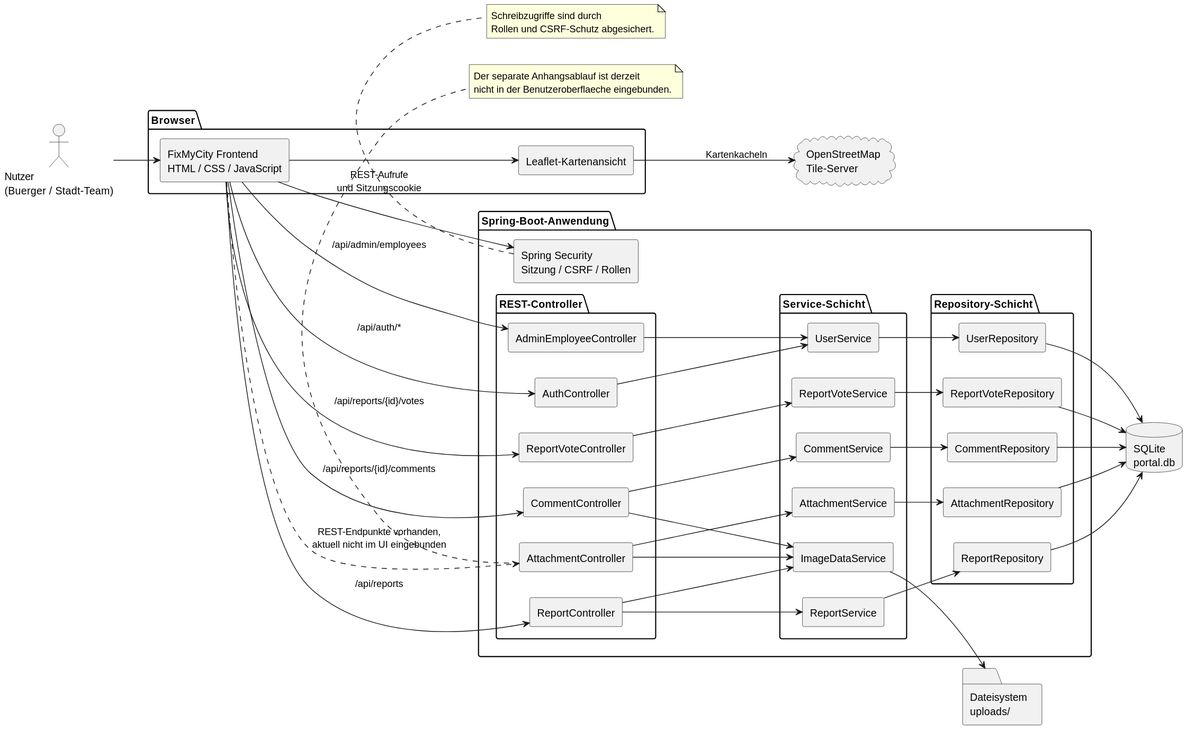
Before: docs/uml/export/components.svg, a diagram exported from PlantUML (wenhuan-liang/stadtmeldung-portal). Its diagram source:
```plantuml
@startuml
left to right direction
skinparam componentStyle rectangle

actor "Nutzer\n(Buerger / Stadt-Team)" as User

package "Browser" {
  [FixMyCity Frontend\nHTML / CSS / JavaScript] as Frontend
  [Leaflet-Kartenansicht] as Leaflet
}

package "Spring-Boot-Anwendung" {
  package "REST-Controller" {
    [AuthController]
    [ReportController]
    [CommentController]
    [ReportVoteController]
    [AttachmentController]
    [AdminEmployeeController]
  }

  [Spring Security\nSitzung / CSRF / Rollen] as Security
  package "Service-Schicht" {
    [UserService]
    [ReportService]
    [CommentService]
    [ReportVoteService]
    [AttachmentService]
    [ImageDataService]
  }

  package "Repository-Schicht" {
    [UserRepository]
    [ReportRepository]
    [CommentRepository]
    [ReportVoteRepository]
    [AttachmentRepository]
  }
}

database "SQLite\nportal.db" as SQLite
folder "Dateisystem\nuploads/" as Uploads
cloud "OpenStreetMap\nTile-Server" as OSM

User --> Frontend
Frontend --> Security : REST-Aufrufe\nund Sitzungscookie
Frontend --> [AuthController] : /api/auth/*
Frontend --> [ReportController] : /api/reports
Frontend --> [CommentController] : /api/reports/{id}/comments
Frontend --> [ReportVoteController] : /api/reports/{id}/votes
Frontend ..> [AttachmentController] : REST-Endpunkte vorhanden,\naktuell nicht im UI eingebunden
Frontend --> [AdminEmployeeController] : /api/admin/employees
Frontend --> Leaflet
Leaflet --> OSM : Kartenkacheln

[AuthController] --> [UserService]
[ReportController] --> [ReportService]
[ReportController] --> [ImageDataService]
[CommentController] --> [CommentService]
[CommentController] --> [ImageDataService]
[ReportVoteController] --> [ReportVoteService]
[AttachmentController] --> [AttachmentService]
[AttachmentController] --> [ImageDataService]
[AdminEmployeeController] --> [UserService]

[UserService] --> [UserRepository]
[ReportService] --> [ReportRepository]
[CommentService] --> [CommentRepository]
[ReportVoteService] --> [ReportVoteRepository]
[AttachmentService] --> [AttachmentRepository]

[UserRepository] --> SQLite
[ReportRepository] --> SQLite
[CommentRepository] --> SQLite
[ReportVoteRepository] --> SQLite
[AttachmentRepository] --> SQLite
[ImageDataService] --> Uploads

note bottom of Security
  Schreibzugriffe sind durch
  Rollen und CSRF-Schutz abgesichert.
end note

note bottom of [AttachmentController]
  Der separate Anhangsablauf ist derzeit
  nicht in der Benutzeroberflaeche eingebunden.
end note
@enduml
```
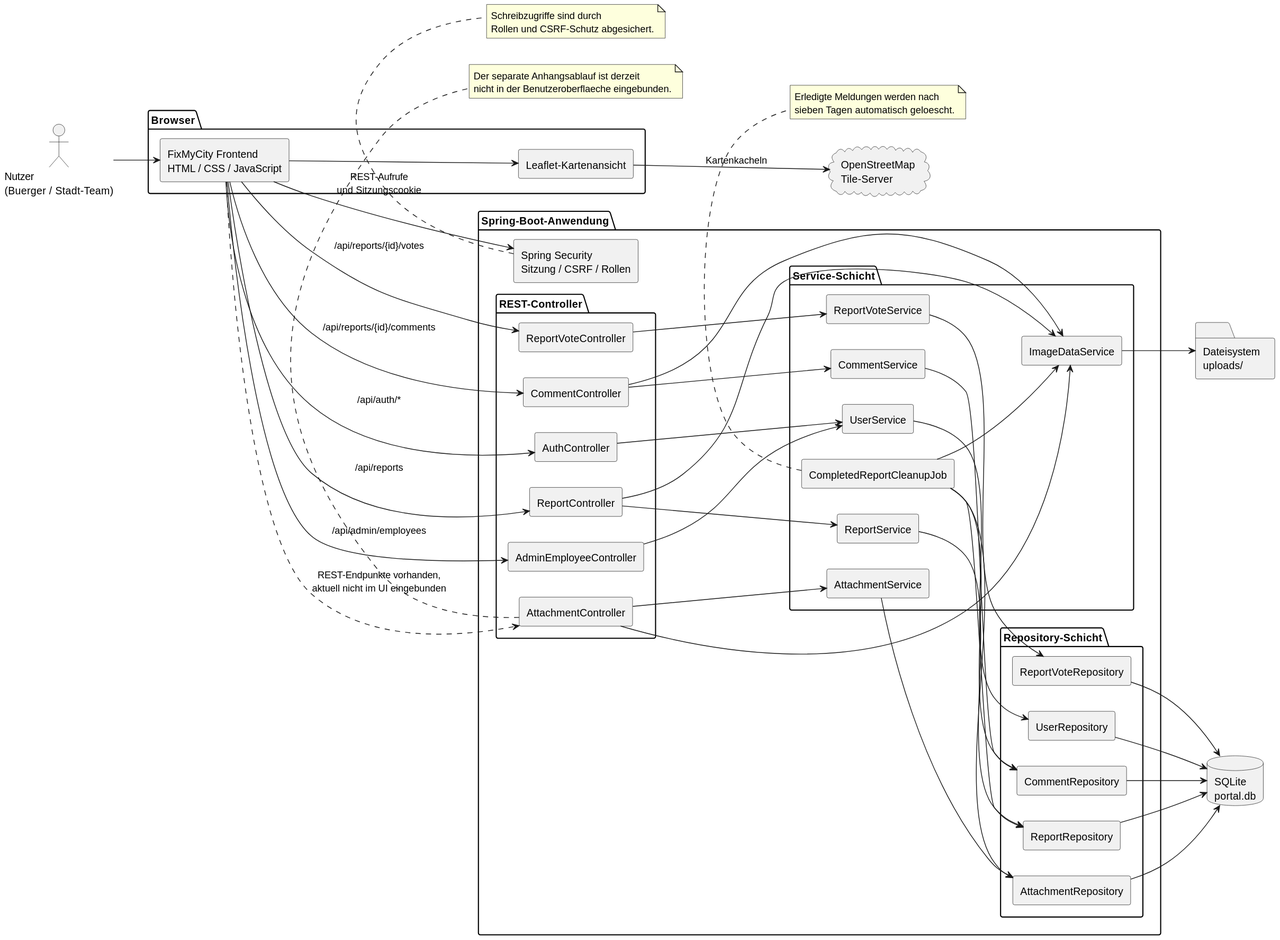
Above is the later version.

The edit, as a diff of the source:
```diff
@@ -27,6 +27,7 @@
     [ReportVoteService]
     [AttachmentService]
     [ImageDataService]
+    [CompletedReportCleanupJob]
   }
 
   package "Repository-Schicht" {
@@ -68,6 +69,10 @@
 [CommentService] --> [CommentRepository]
 [ReportVoteService] --> [ReportVoteRepository]
 [AttachmentService] --> [AttachmentRepository]
+[CompletedReportCleanupJob] --> [ReportRepository]
+[CompletedReportCleanupJob] --> [CommentRepository]
+[CompletedReportCleanupJob] --> [AttachmentRepository]
+[CompletedReportCleanupJob] --> [ImageDataService]
 
 [UserRepository] --> SQLite
 [ReportRepository] --> SQLite
@@ -85,4 +90,9 @@
   Der separate Anhangsablauf ist derzeit
   nicht in der Benutzeroberflaeche eingebunden.
 end note
+
+note bottom of [CompletedReportCleanupJob]
+  Erledigte Meldungen werden nach
+  sieben Tagen automatisch geloescht.
+end note
 @enduml
```
